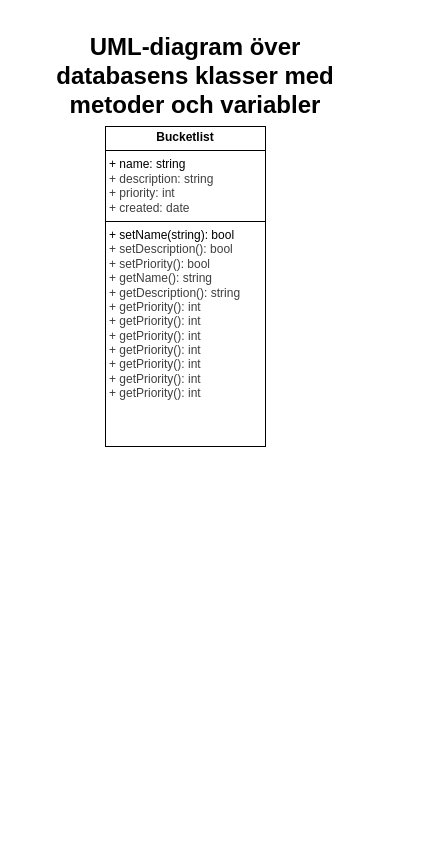
This is diagram/uml.drawio from filipbergander/laboration2-php, a draw.io file, before an edit. Source tidied: cells renumbered, new cells numbered last; positions are measured from the earlier drawing's top-left corner, leaving out a move shared by most shapes. Both pictures are drawn from the tidied source at 100%, with x=0, y=0 at pixel (25, 26).
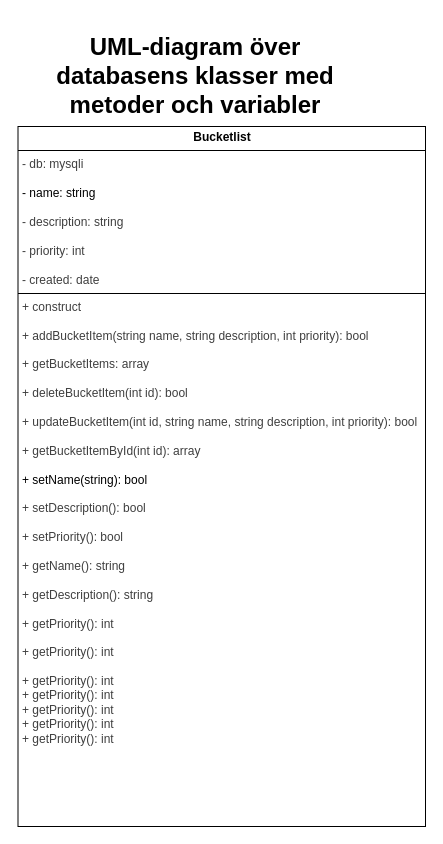
Above is the later version.

Change to the diagram source:
```diff
@@
 <mxGraphModel>
   <root>
     <mxCell id="0" />
     <mxCell id="1" parent="0" />
     <mxCell id="2" value="&lt;h1&gt;UML-diagram över databasens klasser med metoder och variabler&lt;/h1&gt;" style="text;strokeColor=none;align=center;fillColor=none;html=1;verticalAlign=middle;whiteSpace=wrap;rounded=0;" parent="1" vertex="1">
       <mxGeometry width="340" height="100" as="geometry" />
     </mxCell>
-    <mxCell id="3" value="&lt;p style=&quot;margin:0px;margin-top:4px;text-align:center;&quot;&gt;&lt;b&gt;Bucketlist&lt;/b&gt;&lt;/p&gt;&lt;hr size=&quot;1&quot; style=&quot;border-style:solid;&quot;&gt;&lt;p style=&quot;margin:0px;margin-left:4px;&quot;&gt;+ name: string&lt;br&gt;&lt;span style=&quot;color: rgb(63, 63, 63);&quot;&gt;+ description: string&lt;br&gt;&lt;/span&gt;&lt;span style=&quot;color: rgb(63, 63, 63);&quot;&gt;+ priority: int&lt;br&gt;&lt;/span&gt;&lt;span style=&quot;color: rgb(63, 63, 63);&quot;&gt;+ created: date&lt;/span&gt;&lt;br&gt;&lt;/p&gt;&lt;hr size=&quot;1&quot; style=&quot;border-style:solid;&quot;&gt;&lt;p style=&quot;margin:0px;margin-left:4px;&quot;&gt;+ setName(string): bool&lt;br&gt;&lt;span style=&quot;color: rgb(63, 63, 63);&quot;&gt;+ setDescription(): bool&lt;br&gt;&lt;/span&gt;&lt;span style=&quot;color: rgb(63, 63, 63);&quot;&gt;+ setPriority(): bool&lt;br&gt;&lt;/span&gt;&lt;span style=&quot;color: rgb(63, 63, 63);&quot;&gt;+ getName(): string&lt;br&gt;&lt;/span&gt;&lt;span style=&quot;color: rgb(63, 63, 63);&quot;&gt;+&amp;nbsp;&lt;span style=&quot;color: rgb(63, 63, 63);&quot;&gt;getDescription&lt;/span&gt;(): string&lt;br&gt;&lt;/span&gt;&lt;span style=&quot;color: rgb(63, 63, 63);&quot;&gt;+ getPriority(): int&lt;br&gt;&lt;/span&gt;&lt;span style=&quot;color: rgb(63, 63, 63);&quot;&gt;+ getPriority(): int&lt;br&gt;&lt;/span&gt;&lt;span style=&quot;color: rgb(63, 63, 63);&quot;&gt;+ getPriority(): int&lt;br&gt;&lt;/span&gt;&lt;span style=&quot;color: rgb(63, 63, 63);&quot;&gt;+ getPriority(): int&lt;br&gt;&lt;/span&gt;&lt;span style=&quot;color: rgb(63, 63, 63);&quot;&gt;+ getPriority(): int&lt;br&gt;&lt;/span&gt;&lt;span style=&quot;color: rgb(63, 63, 63);&quot;&gt;+ getPriority(): int&lt;br&gt;&lt;/span&gt;&lt;span style=&quot;color: rgb(63, 63, 63);&quot;&gt;+ getPriority(): int&lt;/span&gt;&lt;br&gt;&lt;br&gt;&lt;/p&gt;" style="verticalAlign=top;align=left;overflow=fill;html=1;whiteSpace=wrap;" parent="1" vertex="1">
-      <mxGeometry x="80" y="100" width="160" height="320" as="geometry" />
+    <mxCell id="3" value="&lt;p style=&quot;margin:0px;margin-top:4px;text-align:center;&quot;&gt;&lt;b&gt;Bucketlist&lt;/b&gt;&lt;/p&gt;&lt;hr size=&quot;1&quot; style=&quot;border-style:solid;&quot;&gt;&lt;p style=&quot;margin:0px;margin-left:4px;&quot;&gt;&lt;span style=&quot;color: rgb(63, 63, 63);&quot;&gt;- db: mysqli&lt;/span&gt;&lt;/p&gt;&lt;p style=&quot;margin:0px;margin-left:4px;&quot;&gt;&lt;span style=&quot;color: rgb(63, 63, 63);&quot;&gt;&lt;br&gt;&lt;/span&gt;&lt;/p&gt;&lt;p style=&quot;margin:0px;margin-left:4px;&quot;&gt;- name: string&lt;/p&gt;&lt;p style=&quot;margin:0px;margin-left:4px;&quot;&gt;&lt;br&gt;&lt;span style=&quot;color: rgb(63, 63, 63);&quot;&gt;&lt;span style=&quot;color: rgb(63, 63, 63);&quot;&gt;-&lt;/span&gt;&amp;nbsp;description: string&lt;/span&gt;&lt;/p&gt;&lt;p style=&quot;margin:0px;margin-left:4px;&quot;&gt;&lt;span style=&quot;color: rgb(63, 63, 63);&quot;&gt;&lt;br&gt;&lt;/span&gt;&lt;span style=&quot;color: rgb(63, 63, 63);&quot;&gt;&lt;span style=&quot;color: rgb(63, 63, 63);&quot;&gt;-&amp;nbsp;&lt;/span&gt;priority: int&lt;/span&gt;&lt;/p&gt;&lt;p style=&quot;margin:0px;margin-left:4px;&quot;&gt;&lt;span style=&quot;color: rgb(63, 63, 63);&quot;&gt;&lt;br&gt;&lt;/span&gt;&lt;span style=&quot;color: rgb(63, 63, 63);&quot;&gt;&lt;span style=&quot;color: rgb(63, 63, 63);&quot;&gt;-&amp;nbsp;&lt;/span&gt;created: date&lt;/span&gt;&lt;br&gt;&lt;/p&gt;&lt;hr size=&quot;1&quot; style=&quot;border-style:solid;&quot;&gt;&lt;p style=&quot;margin:0px;margin-left:4px;&quot;&gt;&lt;span style=&quot;color: rgb(63, 63, 63);&quot;&gt;+ construct&lt;/span&gt;&lt;/p&gt;&lt;p style=&quot;margin:0px;margin-left:4px;&quot;&gt;&lt;span style=&quot;color: rgb(63, 63, 63);&quot;&gt;&lt;br&gt;&lt;/span&gt;&lt;span style=&quot;color: rgb(63, 63, 63);&quot;&gt;+ addBucketItem(string name, string description, int priority): bool&lt;/span&gt;&lt;/p&gt;&lt;p style=&quot;margin:0px;margin-left:4px;&quot;&gt;&lt;span style=&quot;color: rgb(63, 63, 63);&quot;&gt;&lt;br&gt;&lt;/span&gt;&lt;span style=&quot;color: rgb(63, 63, 63);&quot;&gt;+ getBucketItems: array&lt;/span&gt;&lt;/p&gt;&lt;p style=&quot;margin:0px;margin-left:4px;&quot;&gt;&lt;span style=&quot;color: rgb(63, 63, 63);&quot;&gt;&lt;br&gt;&lt;/span&gt;&lt;span style=&quot;color: rgb(63, 63, 63);&quot;&gt;+ deleteBucketItem(int id): bool&lt;/span&gt;&lt;/p&gt;&lt;p style=&quot;margin:0px;margin-left:4px;&quot;&gt;&lt;span style=&quot;color: rgb(63, 63, 63);&quot;&gt;&lt;br&gt;&lt;span style=&quot;color: rgb(63, 63, 63);&quot;&gt;+ updateBucketItem(int id, string name, string description, int priority): bool&lt;/span&gt;&lt;/span&gt;&lt;/p&gt;&lt;p style=&quot;margin:0px;margin-left:4px;&quot;&gt;&lt;span style=&quot;color: rgb(63, 63, 63);&quot;&gt;&lt;span style=&quot;color: rgb(63, 63, 63);&quot;&gt;&lt;br&gt;&lt;/span&gt;&lt;span style=&quot;color: rgb(63, 63, 63);&quot;&gt;+ getBucketItemById(int id): array&lt;/span&gt;&lt;/span&gt;&lt;/p&gt;&lt;p style=&quot;margin:0px;margin-left:4px;&quot;&gt;&lt;span style=&quot;color: rgb(63, 63, 63);&quot;&gt;&lt;br&gt;&lt;/span&gt;+ setName(string): bool&lt;/p&gt;&lt;p style=&quot;margin:0px;margin-left:4px;&quot;&gt;&lt;br&gt;&lt;span style=&quot;color: rgb(63, 63, 63);&quot;&gt;+ setDescription(): bool&lt;/span&gt;&lt;/p&gt;&lt;p style=&quot;margin:0px;margin-left:4px;&quot;&gt;&lt;span style=&quot;color: rgb(63, 63, 63);&quot;&gt;&lt;br&gt;&lt;/span&gt;&lt;span style=&quot;color: rgb(63, 63, 63);&quot;&gt;+ setPriority(): bool&lt;/span&gt;&lt;/p&gt;&lt;p style=&quot;margin:0px;margin-left:4px;&quot;&gt;&lt;span style=&quot;color: rgb(63, 63, 63);&quot;&gt;&lt;br&gt;&lt;/span&gt;&lt;span style=&quot;color: rgb(63, 63, 63);&quot;&gt;+ getName(): string&lt;/span&gt;&lt;/p&gt;&lt;p style=&quot;margin:0px;margin-left:4px;&quot;&gt;&lt;span style=&quot;color: rgb(63, 63, 63);&quot;&gt;&lt;br&gt;&lt;/span&gt;&lt;span style=&quot;color: rgb(63, 63, 63);&quot;&gt;+&amp;nbsp;&lt;span style=&quot;color: rgb(63, 63, 63);&quot;&gt;getDescription&lt;/span&gt;(): string&lt;/span&gt;&lt;/p&gt;&lt;p style=&quot;margin:0px;margin-left:4px;&quot;&gt;&lt;span style=&quot;color: rgb(63, 63, 63);&quot;&gt;&lt;br&gt;&lt;/span&gt;&lt;span style=&quot;color: rgb(63, 63, 63);&quot;&gt;+ getPriority(): int&lt;/span&gt;&lt;/p&gt;&lt;p style=&quot;margin:0px;margin-left:4px;&quot;&gt;&lt;span style=&quot;color: rgb(63, 63, 63);&quot;&gt;&lt;br&gt;&lt;/span&gt;&lt;span style=&quot;color: rgb(63, 63, 63);&quot;&gt;+ getPriority(): int&lt;/span&gt;&lt;/p&gt;&lt;p style=&quot;margin:0px;margin-left:4px;&quot;&gt;&lt;span style=&quot;color: rgb(63, 63, 63);&quot;&gt;&lt;br&gt;&lt;/span&gt;&lt;span style=&quot;color: rgb(63, 63, 63);&quot;&gt;+ getPriority(): int&lt;br&gt;&lt;/span&gt;&lt;span style=&quot;color: rgb(63, 63, 63);&quot;&gt;+ getPriority(): int&lt;br&gt;&lt;/span&gt;&lt;span style=&quot;color: rgb(63, 63, 63);&quot;&gt;+ getPriority(): int&lt;br&gt;&lt;/span&gt;&lt;span style=&quot;color: rgb(63, 63, 63);&quot;&gt;+ getPriority(): int&lt;br&gt;&lt;/span&gt;&lt;span style=&quot;color: rgb(63, 63, 63);&quot;&gt;+ getPriority(): int&lt;/span&gt;&lt;br&gt;&lt;br&gt;&lt;/p&gt;" style="verticalAlign=top;align=left;overflow=fill;html=1;whiteSpace=wrap;" parent="1" vertex="1">
+      <mxGeometry x="-7.5" y="100" width="407.5" height="700" as="geometry" />
     </mxCell>
   </root>
 </mxGraphModel>
```
